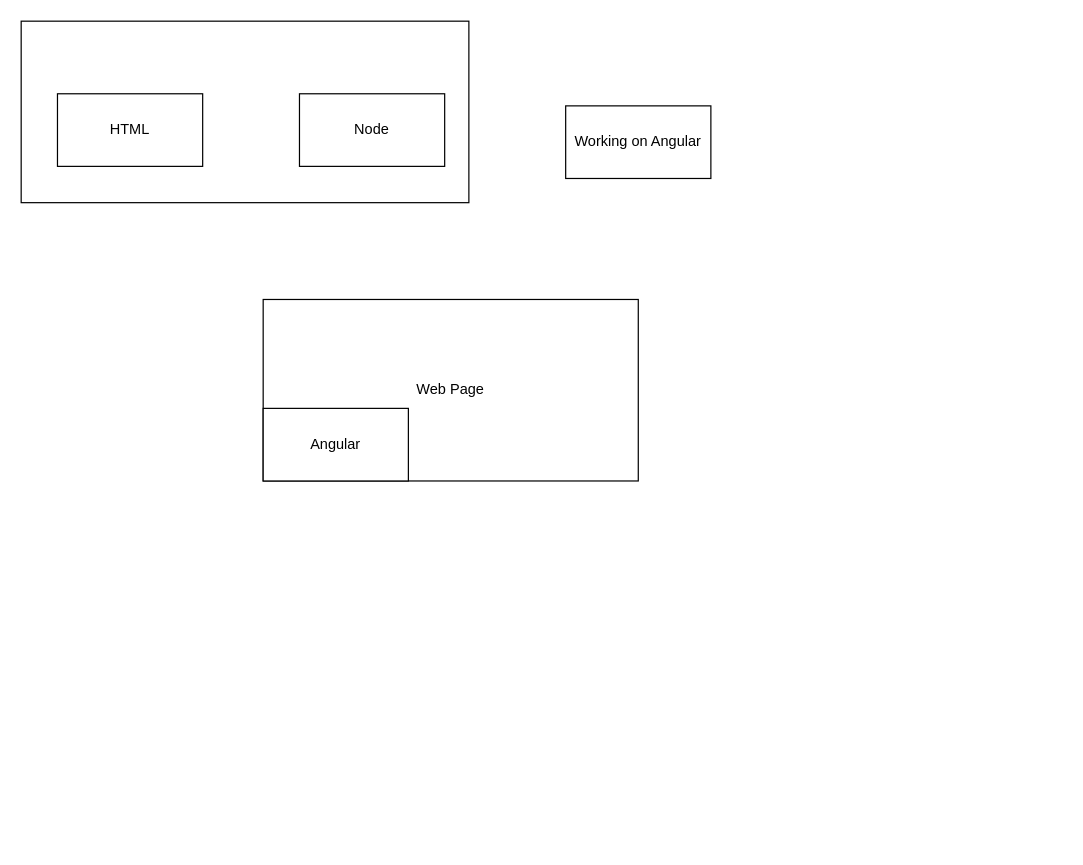
Before: Draw.io/angular.drawio in ASC12Swarneem/ASC12Swarneemgitrepo, a draw.io diagram. Source tidied: cells renumbered, new cells numbered last; positions are measured from the earlier drawing's top-left corner, leaving out a move shared by most shapes. Both pictures are drawn from the tidied source at 121%, with x=0, y=0 at pixel (21, 21).
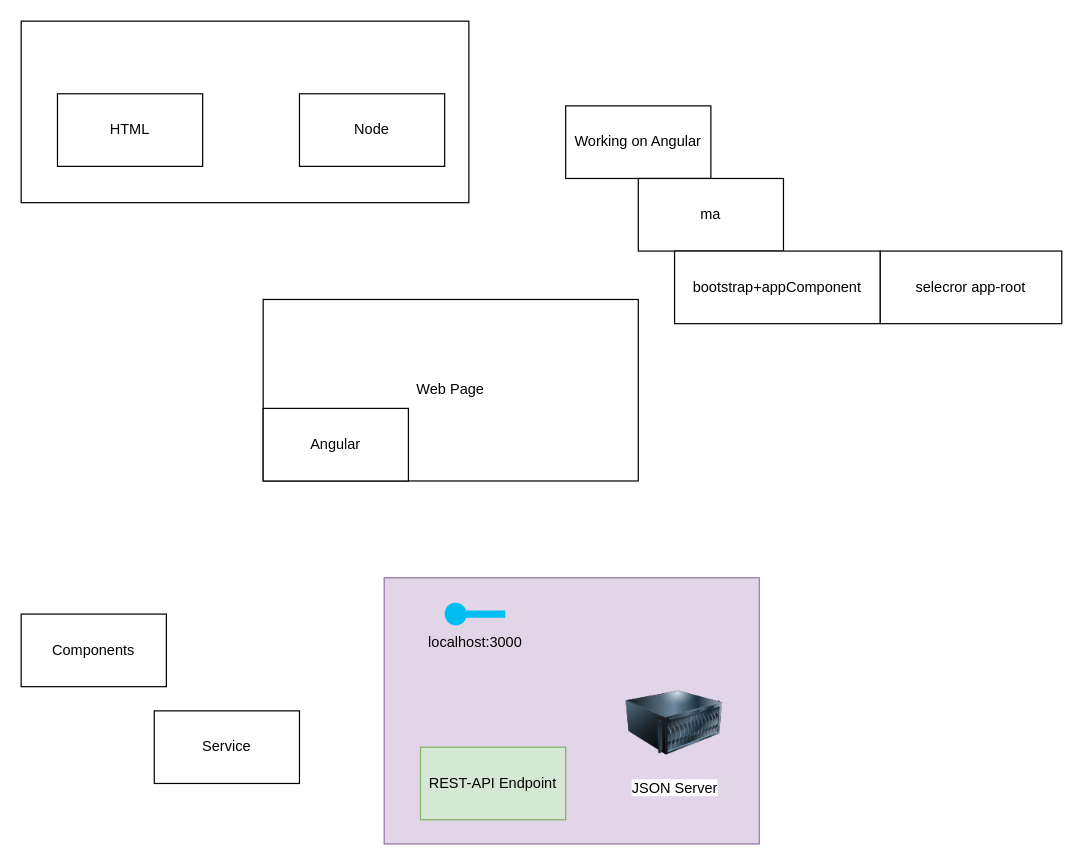
The same page after the edit.

What changed in the source:
```diff
@@
 <mxGraphModel>
   <root>
     <mxCell id="0" />
     <mxCell id="1" parent="0" />
+    <mxCell id="8" style="rounded=0;whiteSpace=wrap;html=1;fillColor=#e1d5e7;strokeColor=#9673a6;" parent="1" vertex="1">
+      <mxGeometry x="300" y="460" width="310" height="220" as="geometry" />
+    </mxCell>
     <mxCell id="2" value="Web Page" style="rounded=0;whiteSpace=wrap;html=1;" parent="1" vertex="1">
       <mxGeometry x="200" y="230" width="310" height="150" as="geometry" />
     </mxCell>
     <mxCell id="3" style="rounded=0;whiteSpace=wrap;html=1;" parent="1" vertex="1">
       <mxGeometry width="370" height="150" as="geometry" />
     </mxCell>
     <mxCell id="4" value="HTML" style="rounded=0;whiteSpace=wrap;html=1;" parent="1" vertex="1">
       <mxGeometry x="30" y="60" width="120" height="60" as="geometry" />
     </mxCell>
     <mxCell id="5" value="Node" style="rounded=0;whiteSpace=wrap;html=1;" parent="1" vertex="1">
       <mxGeometry x="230" y="60" width="120" height="60" as="geometry" />
     </mxCell>
     <mxCell id="6" value="Angular" style="rounded=0;whiteSpace=wrap;html=1;" parent="1" vertex="1">
       <mxGeometry x="200" y="320" width="120" height="60" as="geometry" />
     </mxCell>
     <mxCell id="7" value="Working on Angular" style="rounded=0;whiteSpace=wrap;html=1;" parent="1" vertex="1">
       <mxGeometry x="450" y="70" width="120" height="60" as="geometry" />
     </mxCell>
+    <mxCell id="9" value="ma" style="rounded=0;whiteSpace=wrap;html=1;" parent="1" vertex="1">
+      <mxGeometry x="510" y="130" width="120" height="60" as="geometry" />
+    </mxCell>
+    <mxCell id="10" value="&lt;div style=&quot;&quot;&gt;&lt;span style=&quot;background-color: initial;&quot;&gt;bootstrap+appComponent&lt;/span&gt;&lt;/div&gt;" style="rounded=0;whiteSpace=wrap;html=1;align=center;" parent="1" vertex="1">
+      <mxGeometry x="540" y="190" width="170" height="60" as="geometry" />
+    </mxCell>
+    <mxCell id="11" value="selecror app-root" style="rounded=0;whiteSpace=wrap;html=1;" parent="1" vertex="1">
+      <mxGeometry x="710" y="190" width="150" height="60" as="geometry" />
+    </mxCell>
+    <mxCell id="12" value="Components" style="rounded=0;whiteSpace=wrap;html=1;" parent="1" vertex="1">
+      <mxGeometry y="490" width="120" height="60" as="geometry" />
+    </mxCell>
+    <mxCell id="13" value="REST-API Endpoint" style="rounded=0;whiteSpace=wrap;html=1;fillColor=#d5e8d4;strokeColor=#82b366;" parent="1" vertex="1">
+      <mxGeometry x="330" y="600" width="120" height="60" as="geometry" />
+    </mxCell>
+    <mxCell id="14" value="JSON Server" style="image;html=1;image=img/lib/clip_art/computers/Server_128x128.png;" parent="1" vertex="1">
+      <mxGeometry x="500" y="540" width="80" height="80" as="geometry" />
+    </mxCell>
+    <mxCell id="15" value="localhost:3000" style="verticalLabelPosition=bottom;html=1;verticalAlign=top;align=center;strokeColor=none;fillColor=#00BEF2;shape=mxgraph.azure.service_endpoint;" parent="1" vertex="1">
+      <mxGeometry x="350" y="480" width="50" height="20" as="geometry" />
+    </mxCell>
+    <mxCell id="16" value="Service" style="rounded=0;whiteSpace=wrap;html=1;" parent="1" vertex="1">
+      <mxGeometry x="110" y="570" width="120" height="60" as="geometry" />
+    </mxCell>
   </root>
 </mxGraphModel>
```
